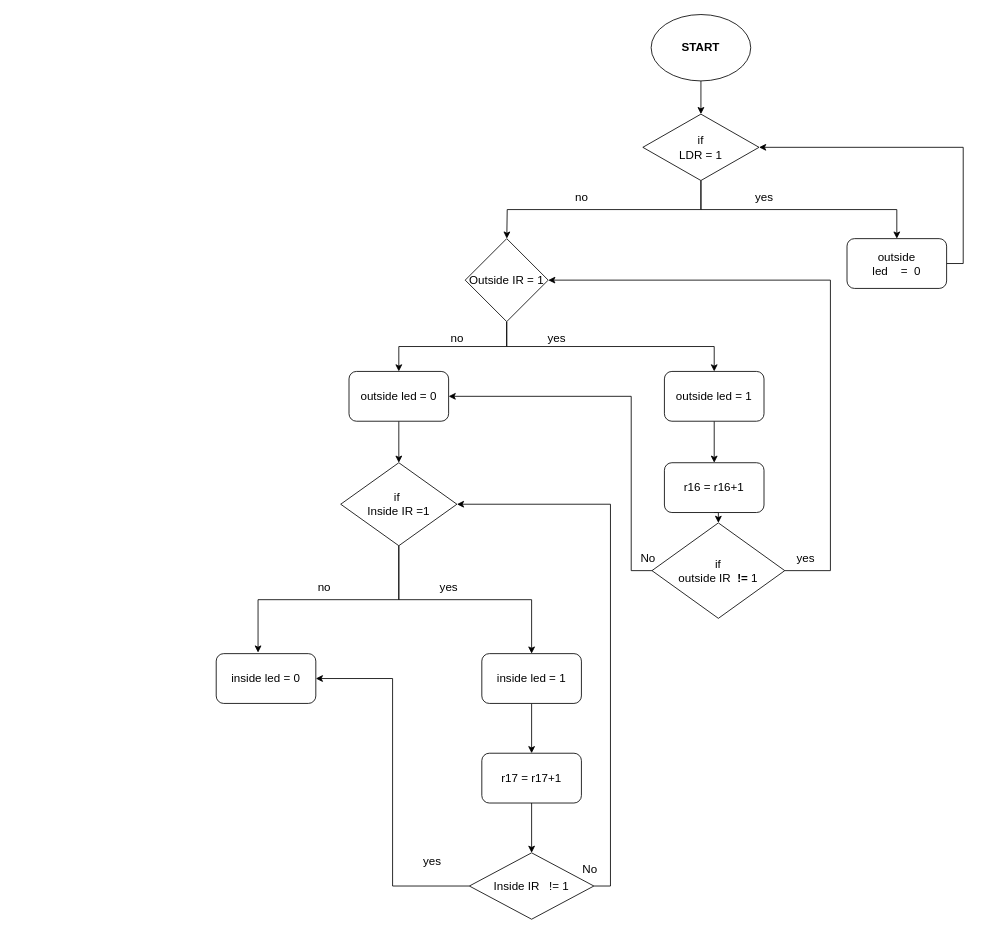
Earlier version of the draw.io diagram User flow diagram mid evaluation.drawio (Narthanasiva/auto_light). Source tidied: cells renumbered, new cells numbered last; positions are measured from the earlier drawing's top-left corner, leaving out a move shared by most shapes. Both pictures are drawn from the tidied source at 83%, with x=0, y=0 at pixel (216, 14).
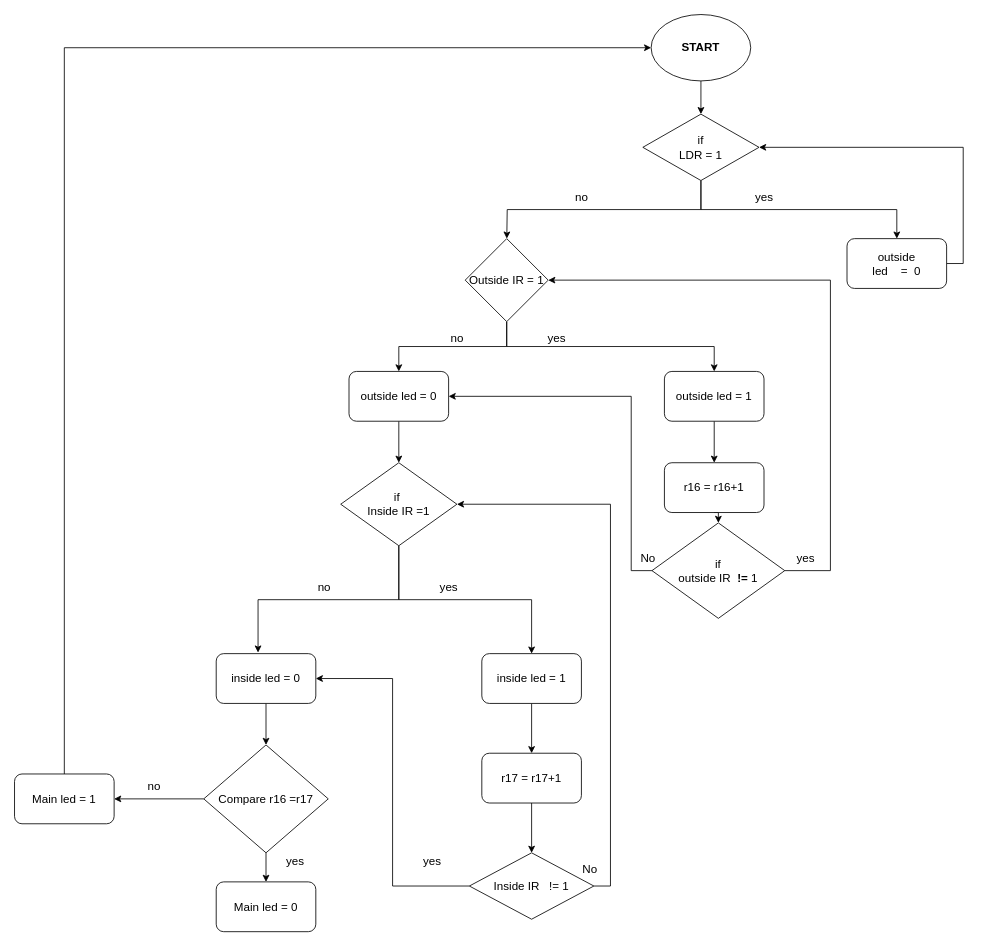
Above is the later version.

Unchanged cells that the change refers to:
```xml
<mxCell id="3" value="&lt;b&gt;&lt;font style=&quot;font-size: 14px;&quot;&gt;START&lt;/font&gt;&lt;/b&gt;" style="ellipse;whiteSpace=wrap;html=1;" parent="1" vertex="1">
  <mxGeometry x="524" width="120" height="80" as="geometry" />
</mxCell>
<mxCell id="32" value="inside led = 0" style="rounded=1;whiteSpace=wrap;html=1;fontSize=14;" parent="1" vertex="1">
  <mxGeometry y="770" width="120" height="60" as="geometry" />
</mxCell>
```

Diff of the diagram source:
```diff
@@
+    <mxCell id="42" style="edgeStyle=orthogonalEdgeStyle;rounded=0;jettySize=auto;html=1;exitX=0.5;exitY=1;exitDx=0;exitDy=0;entryX=0.5;entryY=0;entryDx=0;entryDy=0;fontSize=14;" parent="1" edge="1" source="32" target="45">
+      <mxGeometry relative="1" as="geometry" />
+    </mxCell>
@@
+    <mxCell id="43" style="edgeStyle=orthogonalEdgeStyle;rounded=0;jettySize=auto;html=1;exitX=0.5;exitY=1;exitDx=0;exitDy=0;entryX=0.5;entryY=0;entryDx=0;entryDy=0;fontSize=14;" parent="1" edge="1" source="45" target="46">
+      <mxGeometry relative="1" as="geometry" />
+    </mxCell>
+    <mxCell id="44" style="edgeStyle=orthogonalEdgeStyle;rounded=0;jettySize=auto;html=1;exitX=0;exitY=0.5;exitDx=0;exitDy=0;entryX=1;entryY=0.5;entryDx=0;entryDy=0;fontSize=14;" parent="1" edge="1" source="45" target="49">
+      <mxGeometry relative="1" as="geometry" />
+    </mxCell>
+    <mxCell id="45" value="Compare r16 =r17" style="rhombus;whiteSpace=wrap;html=1;fontSize=14;" parent="1" vertex="1">
+      <mxGeometry x="-15" y="880" width="150" height="130" as="geometry" />
+    </mxCell>
+    <mxCell id="46" value="Main led = 0" style="rounded=1;whiteSpace=wrap;html=1;fontSize=14;" parent="1" vertex="1">
+      <mxGeometry y="1045" width="120" height="60" as="geometry" />
+    </mxCell>
+    <mxCell id="47" value="yes" style="text;html=1;align=center;verticalAlign=middle;strokeColor=none;fillColor=none;fontSize=14;" parent="1" vertex="1">
+      <mxGeometry x="70" y="1005" width="50" height="30" as="geometry" />
+    </mxCell>
+    <mxCell id="48" value="no" style="text;html=1;align=center;verticalAlign=middle;strokeColor=none;fillColor=none;fontSize=14;" parent="1" vertex="1">
+      <mxGeometry x="-95" y="915" width="40" height="30" as="geometry" />
+    </mxCell>
+    <mxCell id="49" value="Main led = 1" style="rounded=1;whiteSpace=wrap;html=1;fontSize=14;" parent="1" vertex="1">
+      <mxGeometry x="-243" y="915" width="120" height="60" as="geometry" />
+    </mxCell>
+    <mxCell id="50" style="edgeStyle=orthogonalEdgeStyle;rounded=0;jettySize=auto;html=1;exitX=0.5;exitY=0;exitDx=0;exitDy=0;fontSize=14;entryX=0;entryY=0.5;entryDx=0;entryDy=0;" parent="1" edge="1" source="49" target="3">
+      <mxGeometry relative="1" as="geometry" />
+    </mxCell>
```
